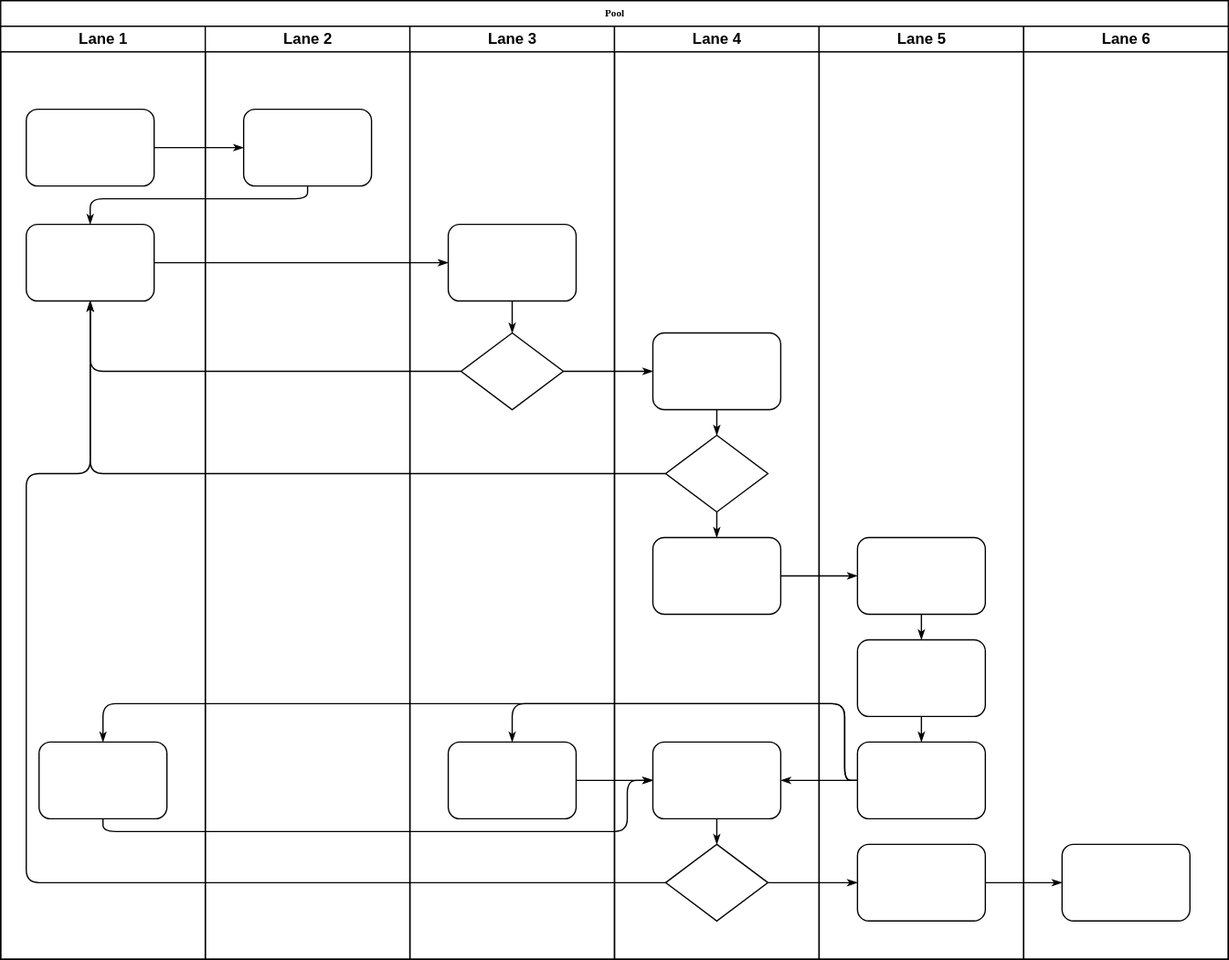
Above: feat.svg in BullFrogDianDian/SoftEngineer (draw.io), before the change. Source tidied: cells renumbered, new cells last; positions are measured from the earlier drawing's top-left corner, leaving out a move shared by most shapes.
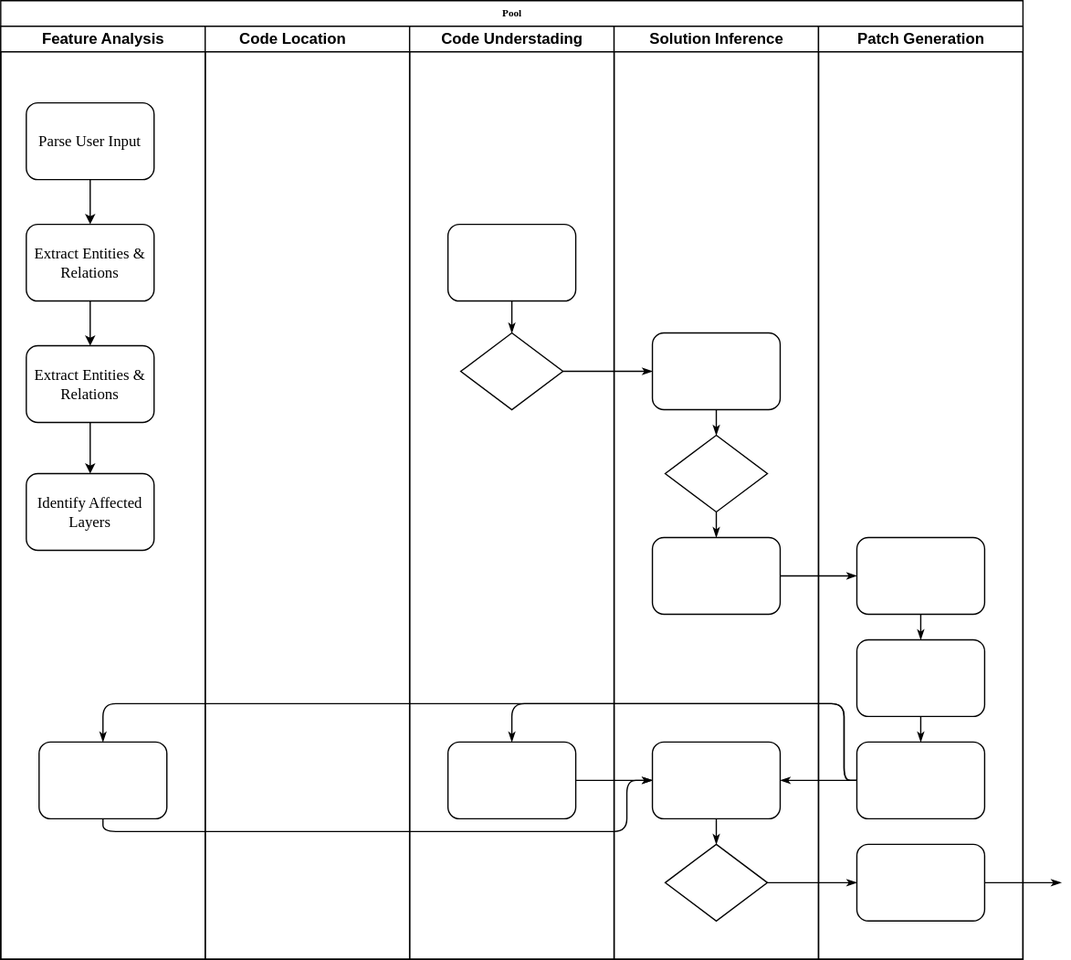
After the commit.

Diff of the diagram source:
```diff
@@ -3,57 +3,45 @@
     <mxCell id="0" />
     <mxCell id="1" parent="0" />
     <mxCell id="2" value="Pool" style="swimlane;html=1;startSize=20;rounded=0;shadow=0;labelBackgroundColor=none;strokeWidth=1;fontFamily=Verdana;fontSize=8;align=center;" parent="1" vertex="1">
-      <mxGeometry width="960" height="750" as="geometry" />
+      <mxGeometry width="800" height="750" as="geometry" />
     </mxCell>
-    <mxCell id="3" value="Lane 1" style="swimlane;html=1;startSize=20;" parent="2" vertex="1">
+    <mxCell id="3" value="Feature Analysis" style="swimlane;html=1;startSize=20;" parent="2" vertex="1">
       <mxGeometry y="20" width="160" height="730" as="geometry" />
     </mxCell>
+    <mxCell id="47" style="edgeStyle=orthogonalEdgeStyle;rounded=1;jettySize=auto;html=1;curved=0;endSize=5;startSize=5;" parent="3" edge="1" source="4" target="5">
+      <mxGeometry relative="1" as="geometry" />
+    </mxCell>
-    <mxCell id="4" style="rounded=1;whiteSpace=wrap;html=1;shadow=0;labelBackgroundColor=none;strokeWidth=1;fontFamily=Verdana;fontSize=8;align=center;" parent="3" vertex="1">
-      <mxGeometry x="20" y="65" width="100" height="60" as="geometry" />
+    <mxCell id="4" value="&lt;font style=&quot;font-size: 12px;&quot;&gt;Parse User Input&lt;/font&gt;" style="rounded=1;whiteSpace=wrap;html=1;shadow=0;labelBackgroundColor=none;strokeWidth=1;fontFamily=Verdana;fontSize=8;align=center;" parent="3" vertex="1">
+      <mxGeometry x="20" y="60" width="100" height="60" as="geometry" />
     </mxCell>
+    <mxCell id="48" style="edgeStyle=orthogonalEdgeStyle;rounded=1;jettySize=auto;html=1;endSize=5;startSize=5;curved=0;" parent="3" edge="1" source="5" target="50">
+      <mxGeometry relative="1" as="geometry" />
+    </mxCell>
-    <mxCell id="5" style="rounded=1;whiteSpace=wrap;html=1;shadow=0;labelBackgroundColor=none;strokeWidth=1;fontFamily=Verdana;fontSize=8;align=center;" parent="3" vertex="1">
+    <mxCell id="5" value="&lt;font style=&quot;font-size: 12px;&quot;&gt;Extract Entities &amp;amp; Relations&lt;/font&gt;" style="rounded=1;whiteSpace=wrap;html=1;shadow=0;labelBackgroundColor=none;strokeWidth=1;fontFamily=Verdana;fontSize=8;align=center;" parent="3" vertex="1">
       <mxGeometry x="20" y="155" width="100" height="60" as="geometry" />
     </mxCell>
     <mxCell id="6" style="rounded=1;whiteSpace=wrap;html=1;shadow=0;labelBackgroundColor=none;strokeWidth=1;fontFamily=Verdana;fontSize=8;align=center;" parent="3" vertex="1">
       <mxGeometry x="30" y="560" width="100" height="60" as="geometry" />
     </mxCell>
-    <mxCell id="7" style="edgeStyle=orthogonalEdgeStyle;rounded=1;html=1;labelBackgroundColor=none;startArrow=none;startFill=0;startSize=5;endArrow=classicThin;endFill=1;endSize=5;jettySize=auto;strokeWidth=1;fontFamily=Verdana;fontSize=8;" parent="2" edge="1" source="4" target="23">
-      <mxGeometry relative="1" as="geometry" />
-    </mxCell>
-    <mxCell id="8" style="edgeStyle=orthogonalEdgeStyle;rounded=1;html=1;labelBackgroundColor=none;startArrow=none;startFill=0;startSize=5;endArrow=classicThin;endFill=1;endSize=5;jettySize=auto;strokeWidth=1;fontFamily=Verdana;fontSize=8;" parent="2" edge="1" source="23" target="5">
-      <mxGeometry relative="1" as="geometry">
-        <Array as="points">
-          <mxPoint x="240" y="155" />
-          <mxPoint x="70" y="155" />
-        </Array>
-      </mxGeometry>
-    </mxCell>
-    <mxCell id="9" style="edgeStyle=orthogonalEdgeStyle;rounded=1;html=1;labelBackgroundColor=none;startArrow=none;startFill=0;startSize=5;endArrow=classicThin;endFill=1;endSize=5;jettySize=auto;strokeWidth=1;fontFamily=Verdana;fontSize=8;" parent="2" edge="1" source="5" target="25">
-      <mxGeometry relative="1" as="geometry" />
-    </mxCell>
-    <mxCell id="10" style="edgeStyle=orthogonalEdgeStyle;rounded=1;html=1;labelBackgroundColor=none;startArrow=none;startFill=0;startSize=5;endArrow=classicThin;endFill=1;endSize=5;jettySize=auto;strokeWidth=1;fontFamily=Verdana;fontSize=8;" parent="2" edge="1" source="26" target="5">
-      <mxGeometry relative="1" as="geometry" />
-    </mxCell>
-    <mxCell id="11" style="edgeStyle=orthogonalEdgeStyle;rounded=1;html=1;labelBackgroundColor=none;startArrow=none;startFill=0;startSize=5;endArrow=classicThin;endFill=1;endSize=5;jettySize=auto;strokeWidth=1;fontFamily=Verdana;fontSize=8;" parent="2" edge="1" source="31" target="5">
-      <mxGeometry relative="1" as="geometry" />
-    </mxCell>
-    <mxCell id="12" style="edgeStyle=orthogonalEdgeStyle;rounded=1;html=1;labelBackgroundColor=none;startArrow=none;startFill=0;startSize=5;endArrow=classicThin;endFill=1;endSize=5;jettySize=auto;strokeWidth=1;fontFamily=Verdana;fontSize=8;" parent="2" edge="1" source="34" target="5">
-      <mxGeometry relative="1" as="geometry">
-        <Array as="points">
-          <mxPoint x="20" y="690" />
-          <mxPoint x="20" y="370" />
-          <mxPoint x="70" y="370" />
-        </Array>
-      </mxGeometry>
-    </mxCell>
+    <mxCell id="49" style="edgeStyle=orthogonalEdgeStyle;rounded=1;jettySize=auto;html=1;endSize=5;startSize=5;curved=0;" parent="3" edge="1" source="50" target="51">
+      <mxGeometry relative="1" as="geometry" />
+    </mxCell>
+    <mxCell id="50" value="&lt;font style=&quot;font-size: 12px;&quot;&gt;Extract Entities &amp;amp; Relations&lt;/font&gt;" style="rounded=1;whiteSpace=wrap;html=1;shadow=0;labelBackgroundColor=none;strokeWidth=1;fontFamily=Verdana;fontSize=8;align=center;" parent="3" vertex="1">
+      <mxGeometry x="20" y="250" width="100" height="60" as="geometry" />
+    </mxCell>
+    <mxCell id="51" value="&lt;font style=&quot;font-size: 12px;&quot;&gt;Identify Affected Layers&lt;/font&gt;" style="rounded=1;whiteSpace=wrap;html=1;shadow=0;labelBackgroundColor=none;strokeWidth=1;fontFamily=Verdana;fontSize=8;align=center;" parent="3" vertex="1">
+      <mxGeometry x="20" y="350" width="100" height="60" as="geometry" />
+    </mxCell>
     <mxCell id="13" style="edgeStyle=orthogonalEdgeStyle;rounded=1;html=1;labelBackgroundColor=none;startArrow=none;startFill=0;startSize=5;endArrow=classicThin;endFill=1;endSize=5;jettySize=auto;strokeWidth=1;fontFamily=Verdana;fontSize=8;" parent="2" edge="1" source="26" target="30">
       <mxGeometry relative="1" as="geometry" />
     </mxCell>
     <mxCell id="14" style="edgeStyle=orthogonalEdgeStyle;rounded=1;html=1;labelBackgroundColor=none;startArrow=none;startFill=0;startSize=5;endArrow=classicThin;endFill=1;endSize=5;jettySize=auto;strokeWidth=1;fontFamily=Verdana;fontSize=8;" parent="2" edge="1" source="34" target="42">
       <mxGeometry relative="1" as="geometry" />
     </mxCell>
-    <mxCell id="15" style="edgeStyle=orthogonalEdgeStyle;rounded=1;html=1;labelBackgroundColor=none;startArrow=none;startFill=0;startSize=5;endArrow=classicThin;endFill=1;endSize=5;jettySize=auto;strokeWidth=1;fontFamily=Verdana;fontSize=8;" parent="2" edge="1" source="42" target="46">
-      <mxGeometry relative="1" as="geometry" />
+    <mxCell id="15" style="edgeStyle=orthogonalEdgeStyle;rounded=1;html=1;labelBackgroundColor=none;startArrow=none;startFill=0;startSize=5;endArrow=classicThin;endFill=1;endSize=5;jettySize=auto;strokeWidth=1;fontFamily=Verdana;fontSize=8;" parent="2" edge="1" source="42">
+      <mxGeometry relative="1" as="geometry">
+        <mxPoint x="830" y="690" as="targetPoint" />
+      </mxGeometry>
     </mxCell>
     <mxCell id="16" style="edgeStyle=orthogonalEdgeStyle;rounded=1;html=1;labelBackgroundColor=none;startArrow=none;startFill=0;startSize=5;endArrow=classicThin;endFill=1;endSize=5;jettySize=auto;strokeWidth=1;fontFamily=Verdana;fontSize=8;" parent="2" edge="1" source="32" target="39">
       <mxGeometry relative="1" as="geometry" />
@@ -91,13 +79,10 @@
     <mxCell id="21" style="edgeStyle=orthogonalEdgeStyle;rounded=1;html=1;labelBackgroundColor=none;startArrow=none;startFill=0;startSize=5;endArrow=classicThin;endFill=1;endSize=5;jettySize=auto;strokeWidth=1;fontFamily=Verdana;fontSize=8;" parent="2" edge="1" source="27" target="33">
       <mxGeometry relative="1" as="geometry" />
     </mxCell>
-    <mxCell id="22" value="Lane 2" style="swimlane;html=1;startSize=20;" parent="2" vertex="1">
+    <mxCell id="22" value="Code Location&lt;span style=&quot;white-space: pre;&quot;&gt;&#9;&lt;/span&gt;" style="swimlane;html=1;startSize=20;" parent="2" vertex="1">
       <mxGeometry x="160" y="20" width="160" height="730" as="geometry" />
     </mxCell>
-    <mxCell id="23" style="rounded=1;whiteSpace=wrap;html=1;shadow=0;labelBackgroundColor=none;strokeWidth=1;fontFamily=Verdana;fontSize=8;align=center;" parent="22" vertex="1">
-      <mxGeometry x="30" y="65" width="100" height="60" as="geometry" />
-    </mxCell>
-    <mxCell id="24" value="Lane 3" style="swimlane;html=1;startSize=20;" parent="2" vertex="1">
+    <mxCell id="24" value="Code Understading" style="swimlane;html=1;startSize=20;" parent="2" vertex="1">
       <mxGeometry x="320" y="20" width="160" height="730" as="geometry" />
     </mxCell>
     <mxCell id="25" style="rounded=1;whiteSpace=wrap;html=1;shadow=0;labelBackgroundColor=none;strokeWidth=1;fontFamily=Verdana;fontSize=8;align=center;" parent="24" vertex="1">
@@ -112,7 +97,7 @@
     <mxCell id="28" style="edgeStyle=orthogonalEdgeStyle;rounded=1;html=1;labelBackgroundColor=none;startArrow=none;startFill=0;startSize=5;endArrow=classicThin;endFill=1;endSize=5;jettySize=auto;strokeWidth=1;fontFamily=Verdana;fontSize=8;" parent="24" edge="1" source="25" target="26">
       <mxGeometry relative="1" as="geometry" />
     </mxCell>
-    <mxCell id="29" value="Lane 4" style="swimlane;html=1;startSize=20;" parent="2" vertex="1">
+    <mxCell id="29" value="Solution Inference" style="swimlane;html=1;startSize=20;" parent="2" vertex="1">
       <mxGeometry x="480" y="20" width="160" height="730" as="geometry" />
     </mxCell>
     <mxCell id="30" style="rounded=1;whiteSpace=wrap;html=1;shadow=0;labelBackgroundColor=none;strokeWidth=1;fontFamily=Verdana;fontSize=8;align=center;" parent="29" vertex="1">
@@ -139,7 +124,7 @@
     <mxCell id="37" style="edgeStyle=orthogonalEdgeStyle;rounded=1;html=1;labelBackgroundColor=none;startArrow=none;startFill=0;startSize=5;endArrow=classicThin;endFill=1;endSize=5;jettySize=auto;strokeWidth=1;fontFamily=Verdana;fontSize=8;" parent="29" edge="1" source="33" target="34">
       <mxGeometry relative="1" as="geometry" />
     </mxCell>
-    <mxCell id="38" value="Lane 5" style="swimlane;html=1;startSize=20;" parent="2" vertex="1">
+    <mxCell id="38" value="Patch Generation" style="swimlane;html=1;startSize=20;" parent="2" vertex="1">
       <mxGeometry x="640" y="20" width="160" height="730" as="geometry" />
     </mxCell>
     <mxCell id="39" style="rounded=1;whiteSpace=wrap;html=1;shadow=0;labelBackgroundColor=none;strokeWidth=1;fontFamily=Verdana;fontSize=8;align=center;" parent="38" vertex="1">
@@ -160,11 +145,5 @@
     <mxCell id="44" style="edgeStyle=orthogonalEdgeStyle;rounded=1;html=1;labelBackgroundColor=none;startArrow=none;startFill=0;startSize=5;endArrow=classicThin;endFill=1;endSize=5;jettySize=auto;strokeWidth=1;fontFamily=Verdana;fontSize=8;" parent="38" edge="1" source="40" target="41">
       <mxGeometry relative="1" as="geometry" />
     </mxCell>
-    <mxCell id="45" value="Lane 6" style="swimlane;html=1;startSize=20;" parent="2" vertex="1">
-      <mxGeometry x="800" y="20" width="160" height="730" as="geometry" />
-    </mxCell>
-    <mxCell id="46" style="rounded=1;whiteSpace=wrap;html=1;shadow=0;labelBackgroundColor=none;strokeWidth=1;fontFamily=Verdana;fontSize=8;align=center;" parent="45" vertex="1">
-      <mxGeometry x="30" y="640" width="100" height="60" as="geometry" />
-    </mxCell>
   </root>
 </mxGraphModel>
```
